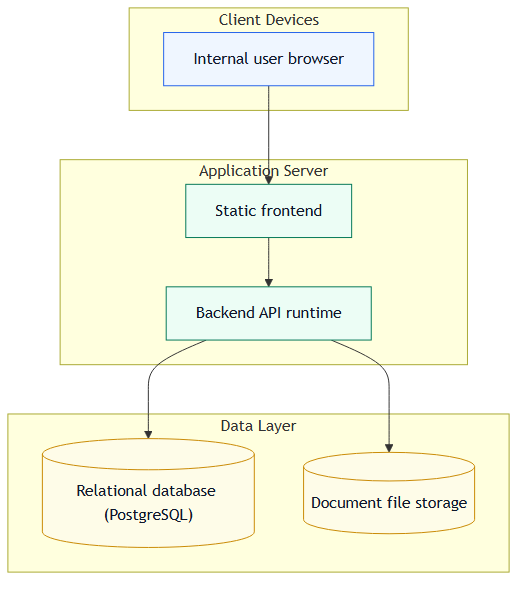
Earlier version of the Mermaid export report-diagrams/13-deployment-diagram.png (capmoo-capstone/report). Its source is kept beside it as report-diagrams/13-deployment-diagram.mmd. Its diagram source:
```mermaid
flowchart TB
    classDef device fill:#eff6ff,stroke:#2563eb,color:#0f172a;
    classDef node fill:#ecfdf5,stroke:#047857,color:#0f172a;
    classDef storage fill:#fefce8,stroke:#ca8a04,color:#0f172a;
    classDef external fill:#f8fafc,stroke:#64748b,color:#0f172a;

    subgraph Client["Client Devices"]
        InternalBrowser["Internal user browser"]:::device
    end

    subgraph AppServer["Application Server"]
        StaticWeb["Static frontend"]:::node
        ApiRuntime["Backend API runtime"]:::node
    end

    subgraph DataServer["Data Layer"]
        Database[("Relational database (PostgreSQL)")]:::storage
        FileStorage[("Document file storage")]:::storage
    end

    InternalBrowser --> StaticWeb
    StaticWeb --> ApiRuntime
    ApiRuntime --> Database
    ApiRuntime --> FileStorage
```
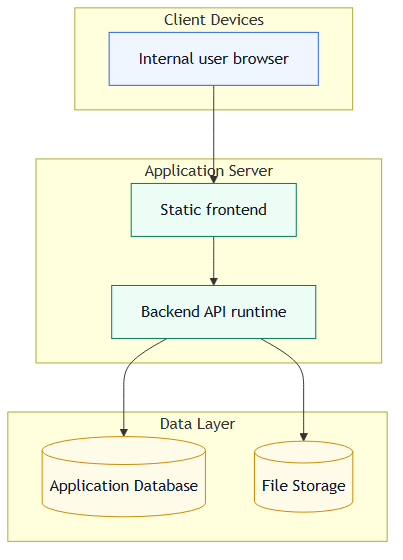
After the change.

What changed in the source:
```diff
@@ -14,8 +14,8 @@
     end
 
     subgraph DataServer["Data Layer"]
-        Database[("Relational database (PostgreSQL)")]:::storage
-        FileStorage[("Document file storage")]:::storage
+        Database[("Application Database")]:::storage
+        FileStorage[("File Storage")]:::storage
     end
 
     InternalBrowser --> StaticWeb
```
